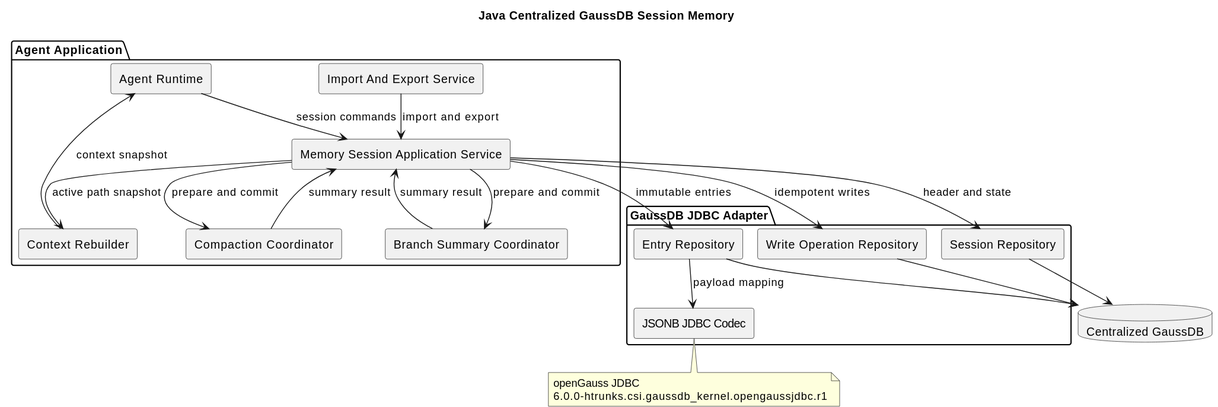
The PlantUML diagram diagrams/memory/memory-architecture.svg in superheromeZzh/pi-mono-java-design, before a commit.
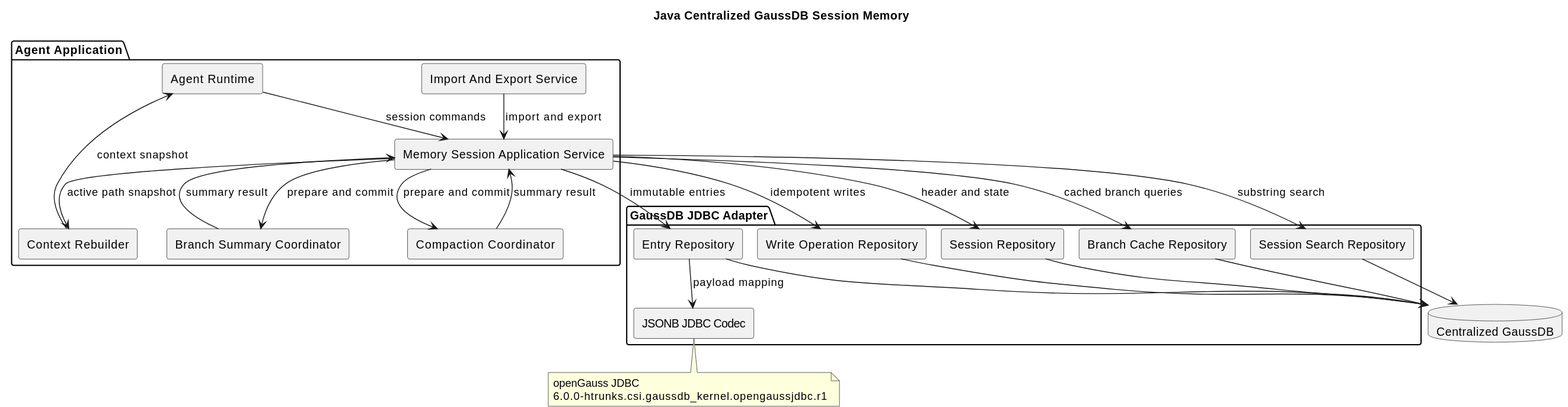
The same diagram one commit later.

Commit message:
docs(memory): align GaussDB design with SQLite

Change to the diagram source:
```diff
@@ -1,6 +1,7 @@
 @startuml
 !pragma layout smetana
 title Java Centralized GaussDB Session Memory
+skinparam backgroundColor #FFFFFF
 skinparam componentStyle rectangle
 
 
@@ -16,6 +17,8 @@
 package "GaussDB JDBC Adapter" {
   [Session Repository] as sessionRepo
   [Entry Repository] as entryRepo
+  [Branch Cache Repository] as branchRepo
+  [Session Search Repository] as searchRepo
   [Write Operation Repository] as operationRepo
   [JSONB JDBC Codec] as jsonCodec
 }
@@ -29,10 +32,14 @@
 migration --> memory : import and export
 memory --> sessionRepo : header and state
 memory --> entryRepo : immutable entries
+memory --> branchRepo : cached branch queries
+memory --> searchRepo : substring search
 memory --> operationRepo : idempotent writes
 entryRepo --> jsonCodec : payload mapping
 sessionRepo --> db
 entryRepo --> db
+branchRepo --> db
+searchRepo --> db
 operationRepo --> db
 compact --> memory : summary result
 branch --> memory : summary result
```
